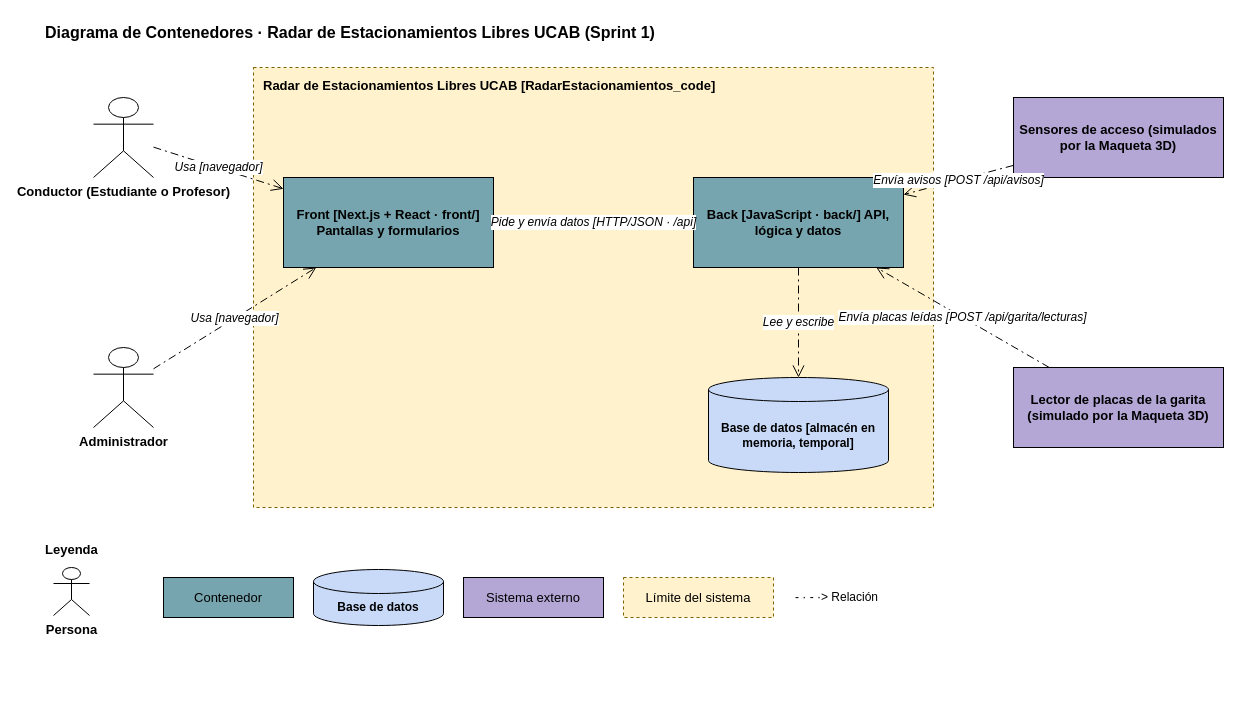
Earlier version of the draw.io diagram RadarEstacionamientos_logica/producto/cuarta_entrega/05_diagrama_de_contenedores.drawio (sebastianmoreno1793/Proyecto-Estacionamientos-UCAB). Source tidied: cells renumbered, new cells numbered last; positions are measured from the earlier drawing's top-left corner, leaving out a move shared by most shapes. Both pictures are drawn from the tidied source at 100%, with x=0, y=0 at pixel (43, 17).
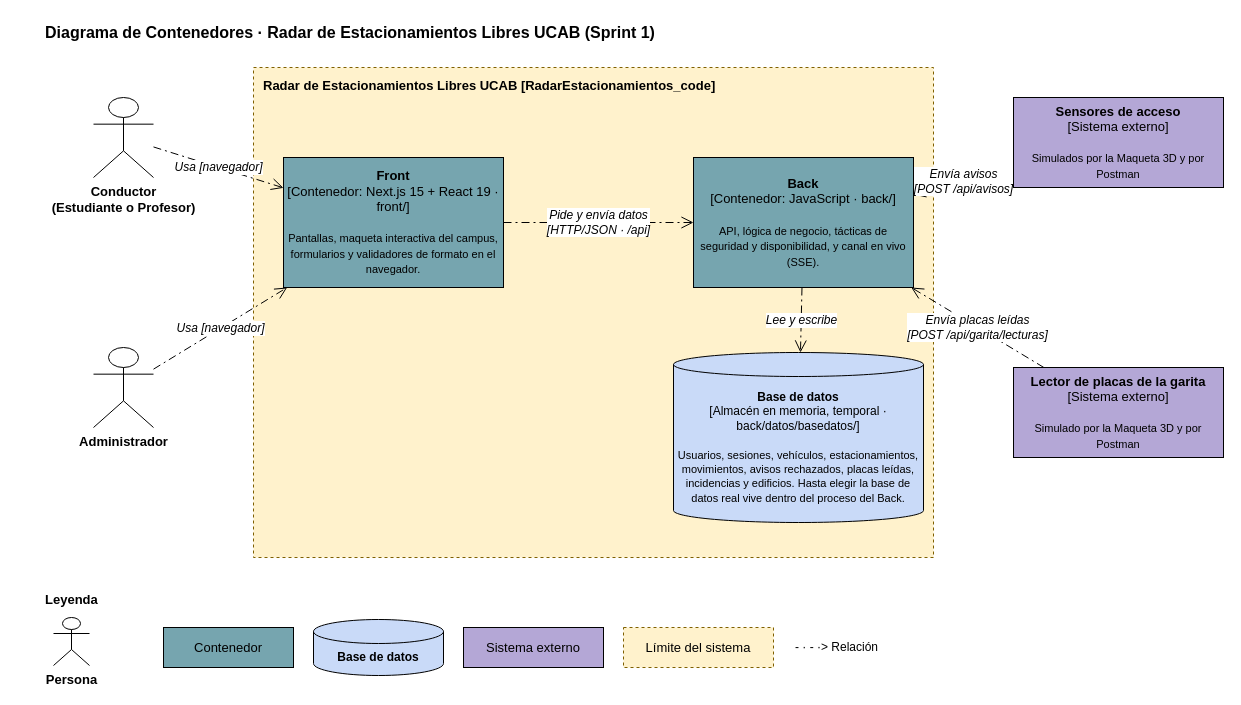
Above is the later version.

The edit, as a diff of the source:
```diff
@@
     <mxCell id="3" value="Radar de Estacionamientos Libres UCAB  [RadarEstacionamientos_code]" style="rounded=0;whiteSpace=wrap;html=1;dashed=1;fillColor=#FFF2CC;strokeColor=#7F6000;verticalAlign=top;align=left;spacingLeft=8;spacingTop=4;fontStyle=1;fontSize=13;" parent="1" vertex="1">
-      <mxGeometry x="210" y="50" width="680" height="440" as="geometry" />
+      <mxGeometry x="210" y="50" width="680" height="490" as="geometry" />
     </mxCell>
-    <mxCell id="4" value="Conductor (Estudiante o Profesor)" style="shape=umlActor;verticalLabelPosition=bottom;verticalAlign=top;html=1;outlineConnect=0;fontStyle=1;fontSize=13;" parent="1" vertex="1">
+    <mxCell id="4" value="Conductor&#10;(Estudiante o Profesor)" style="shape=umlActor;verticalLabelPosition=bottom;verticalAlign=top;html=1;outlineConnect=0;fontStyle=1;fontSize=13;" parent="1" vertex="1">
       <mxGeometry x="50" y="80" width="60" height="80" as="geometry" />
     </mxCell>
@@
-    <mxCell id="6" value="Front [Next.js + React · front/] Pantallas y formularios" style="rounded=0;whiteSpace=wrap;html=1;fillColor=#76A5AF;strokeColor=#000000;fontStyle=1;fontSize=13;" parent="1" vertex="1">
-      <mxGeometry x="240" y="160" width="210" height="90" as="geometry" />
+    <mxCell id="6" value="&lt;b&gt;Front&lt;/b&gt;&lt;br&gt;[Contenedor: Next.js 15 + React 19 · front/]&lt;br&gt;&lt;br&gt;&lt;span style=&quot;font-size:11px&quot;&gt;Pantallas, maqueta interactiva del campus, formularios y validadores de formato en el navegador.&lt;/span&gt;" style="rounded=0;whiteSpace=wrap;html=1;fillColor=#76A5AF;strokeColor=#000000;fontStyle=0;fontSize=13;" parent="1" vertex="1">
+      <mxGeometry x="240" y="140" width="220" height="130" as="geometry" />
     </mxCell>
-    <mxCell id="7" value="Back [JavaScript · back/] API, lógica y datos" style="rounded=0;whiteSpace=wrap;html=1;fillColor=#76A5AF;strokeColor=#000000;fontStyle=1;fontSize=13;" parent="1" vertex="1">
-      <mxGeometry x="650" y="160" width="210" height="90" as="geometry" />
+    <mxCell id="7" value="&lt;b&gt;Back&lt;/b&gt;&lt;br&gt;[Contenedor: JavaScript · back/]&lt;br&gt;&lt;br&gt;&lt;span style=&quot;font-size:11px&quot;&gt;API, lógica de negocio, tácticas de seguridad y disponibilidad, y canal en vivo (SSE).&lt;/span&gt;" style="rounded=0;whiteSpace=wrap;html=1;fillColor=#76A5AF;strokeColor=#000000;fontStyle=0;fontSize=13;" parent="1" vertex="1">
+      <mxGeometry x="650" y="140" width="220" height="130" as="geometry" />
     </mxCell>
-    <mxCell id="8" value="Base de datos [almacén en memoria, temporal]" style="shape=cylinder3;whiteSpace=wrap;html=1;boundedLbl=1;backgroundOutline=1;size=12;fillColor=#C9DAF8;strokeColor=#000000;fontStyle=1;fontSize=12;" parent="1" vertex="1">
-      <mxGeometry x="665" y="360" width="180" height="95" as="geometry" />
+    <mxCell id="8" value="&lt;b&gt;Base de datos&lt;/b&gt;&lt;br&gt;[Almacén en memoria, temporal · back/datos/basedatos/]&lt;br&gt;&lt;br&gt;&lt;span style=&quot;font-size:11px&quot;&gt;Usuarios, sesiones, vehículos, estacionamientos, movimientos, avisos rechazados, placas leídas, incidencias y edificios. Hasta elegir la base de datos real vive dentro del proceso del Back.&lt;/span&gt;" style="shape=cylinder3;whiteSpace=wrap;html=1;boundedLbl=1;backgroundOutline=1;size=12;fillColor=#C9DAF8;strokeColor=#000000;fontStyle=0;fontSize=12;" parent="1" vertex="1">
+      <mxGeometry x="630" y="335" width="250" height="170" as="geometry" />
     </mxCell>
-    <mxCell id="9" value="Sensores de acceso (simulados por la Maqueta 3D)" style="rounded=0;whiteSpace=wrap;html=1;fillColor=#B4A7D6;strokeColor=#000000;fontStyle=1;fontSize=13;" parent="1" vertex="1">
-      <mxGeometry x="970" y="80" width="210" height="80" as="geometry" />
+    <mxCell id="9" value="&lt;b&gt;Sensores de acceso&lt;/b&gt;&lt;br&gt;[Sistema externo]&lt;br&gt;&lt;br&gt;&lt;span style=&quot;font-size:11px&quot;&gt;Simulados por la Maqueta 3D y por Postman&lt;/span&gt;" style="rounded=0;whiteSpace=wrap;html=1;fillColor=#B4A7D6;strokeColor=#000000;fontStyle=0;fontSize=13;" parent="1" vertex="1">
+      <mxGeometry x="970" y="80" width="210" height="90" as="geometry" />
     </mxCell>
-    <mxCell id="10" value="Lector de placas de la garita (simulado por la Maqueta 3D)" style="rounded=0;whiteSpace=wrap;html=1;fillColor=#B4A7D6;strokeColor=#000000;fontStyle=1;fontSize=13;" parent="1" vertex="1">
-      <mxGeometry x="970" y="350" width="210" height="80" as="geometry" />
+    <mxCell id="10" value="&lt;b&gt;Lector de placas de la garita&lt;/b&gt;&lt;br&gt;[Sistema externo]&lt;br&gt;&lt;br&gt;&lt;span style=&quot;font-size:11px&quot;&gt;Simulado por la Maqueta 3D y por Postman&lt;/span&gt;" style="rounded=0;whiteSpace=wrap;html=1;fillColor=#B4A7D6;strokeColor=#000000;fontStyle=0;fontSize=13;" parent="1" vertex="1">
+      <mxGeometry x="970" y="350" width="210" height="90" as="geometry" />
     </mxCell>
     <mxCell id="11" value="Leyenda" style="text;html=1;align=left;verticalAlign=middle;fontSize=13;fontStyle=1;" parent="1" vertex="1">
-      <mxGeometry y="520" width="120" height="24" as="geometry" />
+      <mxGeometry y="570" width="120" height="24" as="geometry" />
     </mxCell>
     <mxCell id="12" value="Persona" style="shape=umlActor;verticalLabelPosition=bottom;verticalAlign=top;html=1;fontStyle=1;fontSize=13;" parent="1" vertex="1">
-      <mxGeometry x="10" y="550" width="36" height="48" as="geometry" />
+      <mxGeometry x="10" y="600" width="36" height="48" as="geometry" />
     </mxCell>
     <mxCell id="13" value="Contenedor" style="rounded=0;whiteSpace=wrap;html=1;fillColor=#76A5AF;strokeColor=#000000;fontStyle=0;fontSize=13;" parent="1" vertex="1">
-      <mxGeometry x="120" y="560" width="130" height="40" as="geometry" />
+      <mxGeometry x="120" y="610" width="130" height="40" as="geometry" />
     </mxCell>
     <mxCell id="14" value="Base de datos" style="shape=cylinder3;whiteSpace=wrap;html=1;boundedLbl=1;backgroundOutline=1;size=12;fillColor=#C9DAF8;strokeColor=#000000;fontStyle=1;fontSize=12;" parent="1" vertex="1">
-      <mxGeometry x="270" y="552" width="130" height="56" as="geometry" />
+      <mxGeometry x="270" y="602" width="130" height="56" as="geometry" />
     </mxCell>
     <mxCell id="15" value="Sistema externo" style="rounded=0;whiteSpace=wrap;html=1;fillColor=#B4A7D6;strokeColor=#000000;fontStyle=0;fontSize=13;" parent="1" vertex="1">
-      <mxGeometry x="420" y="560" width="140" height="40" as="geometry" />
+      <mxGeometry x="420" y="610" width="140" height="40" as="geometry" />
     </mxCell>
     <mxCell id="16" value="Límite del sistema" style="rounded=0;whiteSpace=wrap;html=1;dashed=1;fillColor=#FFF2CC;strokeColor=#7F6000;fontSize=13;" parent="1" vertex="1">
-      <mxGeometry x="580" y="560" width="150" height="40" as="geometry" />
+      <mxGeometry x="580" y="610" width="150" height="40" as="geometry" />
     </mxCell>
     <mxCell id="17" value="- · - ·&gt;  Relación" style="text;html=1;align=left;verticalAlign=middle;fontSize=12;fontStyle=0;" parent="1" vertex="1">
-      <mxGeometry x="750" y="568" width="200" height="24" as="geometry" />
+      <mxGeometry x="750" y="618" width="200" height="24" as="geometry" />
     </mxCell>
@@
-    <mxCell id="20" value="Pide y envía datos [HTTP/JSON · /api]" style="endArrow=open;endFill=0;endSize=10;html=1;rounded=0;fontSize=12;fontStyle=2;labelBackgroundColor=#FFFFFF;dashed=1;dashPattern=8 4 2 4;" parent="1" edge="1" source="6" target="7">
+    <mxCell id="20" value="Pide y envía datos&#10;[HTTP/JSON · /api]" style="endArrow=open;endFill=0;endSize=10;html=1;rounded=0;fontSize=12;fontStyle=2;labelBackgroundColor=#FFFFFF;dashed=1;dashPattern=8 4 2 4;" parent="1" edge="1" source="6" target="7">
       <mxGeometry relative="1" as="geometry" />
     </mxCell>
@@
-    <mxCell id="22" value="Envía avisos [POST /api/avisos]" style="endArrow=open;endFill=0;endSize=10;html=1;rounded=0;fontSize=12;fontStyle=2;labelBackgroundColor=#FFFFFF;dashed=1;dashPattern=8 4 2 4;" parent="1" edge="1" source="9" target="7">
+    <mxCell id="22" value="Envía avisos&#10;[POST /api/avisos]" style="endArrow=open;endFill=0;endSize=10;html=1;rounded=0;fontSize=12;fontStyle=2;labelBackgroundColor=#FFFFFF;dashed=1;dashPattern=8 4 2 4;" parent="1" edge="1" source="9" target="7">
       <mxGeometry relative="1" as="geometry" />
     </mxCell>
-    <mxCell id="23" value="Envía placas leídas [POST /api/garita/lecturas]" style="endArrow=open;endFill=0;endSize=10;html=1;rounded=0;fontSize=12;fontStyle=2;labelBackgroundColor=#FFFFFF;dashed=1;dashPattern=8 4 2 4;" parent="1" edge="1" source="10" target="7">
+    <mxCell id="23" value="Envía placas leídas&#10;[POST /api/garita/lecturas]" style="endArrow=open;endFill=0;endSize=10;html=1;rounded=0;fontSize=12;fontStyle=2;labelBackgroundColor=#FFFFFF;dashed=1;dashPattern=8 4 2 4;" parent="1" edge="1" source="10" target="7">
       <mxGeometry relative="1" as="geometry" />
     </mxCell>
```
